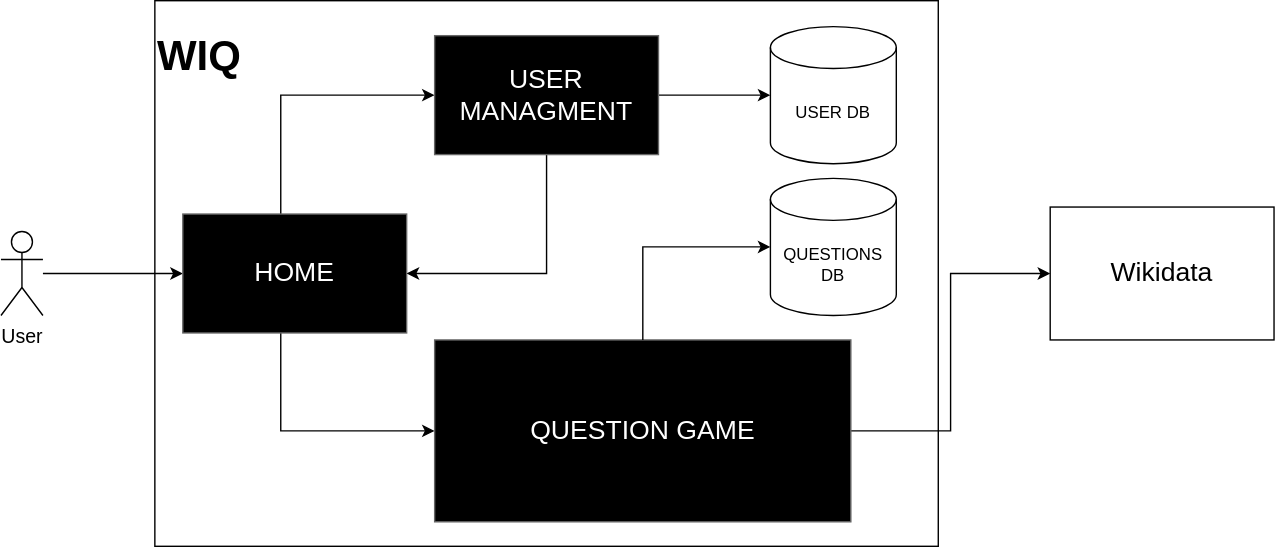
Above: docs/images/5-Level1.svg in Arquisoft/wiq_en1b (draw.io), before the change. Source tidied: cells renumbered, new cells last; positions are measured from the earlier drawing's top-left corner, leaving out a move shared by most shapes. Its diagram source:
```xml
<mxGraphModel>
  <root>
    <mxCell id="0" />
    <mxCell id="1" parent="0" />
    <mxCell id="2" value="&lt;b&gt;&lt;font style=&quot;font-size: 30px;&quot;&gt;WIQ&lt;/font&gt;&lt;/b&gt;&lt;br style=&quot;font-size: 26px;&quot;&gt;&lt;br style=&quot;font-size: 26px;&quot;&gt;&lt;br style=&quot;font-size: 26px;&quot;&gt;&lt;br style=&quot;font-size: 26px;&quot;&gt;&lt;br style=&quot;font-size: 26px;&quot;&gt;&lt;br style=&quot;font-size: 26px;&quot;&gt;&lt;br style=&quot;font-size: 26px;&quot;&gt;&lt;br style=&quot;font-size: 26px;&quot;&gt;&lt;br style=&quot;font-size: 26px;&quot;&gt;&lt;br&gt;&lt;br&gt;" style="rounded=0;whiteSpace=wrap;html=1;fontSize=26;align=left;" parent="1" vertex="1">
      <mxGeometry x="110" width="560" height="390" as="geometry" />
    </mxCell>
    <mxCell id="3" value="Wikidata" style="rounded=0;whiteSpace=wrap;html=1;fontSize=19;" parent="1" vertex="1">
      <mxGeometry x="750" y="147.5" width="160" height="95" as="geometry" />
    </mxCell>
    <mxCell id="4" style="edgeStyle=orthogonalEdgeStyle;rounded=0;jettySize=auto;html=1;entryX=0;entryY=0.5;entryDx=0;entryDy=0;" parent="1" edge="1" source="5" target="8">
      <mxGeometry relative="1" as="geometry" />
    </mxCell>
    <mxCell id="5" value="User&lt;br style=&quot;font-size: 14px;&quot;&gt;" style="shape=umlActor;verticalLabelPosition=bottom;verticalAlign=top;html=1;outlineConnect=0;fontSize=14;" parent="1" vertex="1">
      <mxGeometry y="165" width="30" height="60" as="geometry" />
    </mxCell>
    <mxCell id="6" style="edgeStyle=orthogonalEdgeStyle;rounded=0;jettySize=auto;html=1;entryX=0;entryY=0.5;entryDx=0;entryDy=0;" parent="1" edge="1" source="8" target="11">
      <mxGeometry relative="1" as="geometry">
        <Array as="points">
          <mxPoint x="200" y="68" />
        </Array>
      </mxGeometry>
    </mxCell>
    <mxCell id="7" style="edgeStyle=orthogonalEdgeStyle;rounded=0;jettySize=auto;html=1;entryX=0;entryY=0.5;entryDx=0;entryDy=0;" parent="1" edge="1" source="8" target="14">
      <mxGeometry relative="1" as="geometry">
        <Array as="points">
          <mxPoint x="200" y="308" />
        </Array>
      </mxGeometry>
    </mxCell>
    <mxCell id="8" value="HOME" style="rounded=0;whiteSpace=wrap;html=1;fillColor=#000000;gradientColor=none;strokeColor=#666666;fontColor=#ffffff;fontSize=19;" parent="1" vertex="1">
      <mxGeometry x="130" y="152.5" width="160" height="85" as="geometry" />
    </mxCell>
    <mxCell id="9" style="edgeStyle=orthogonalEdgeStyle;rounded=0;jettySize=auto;html=1;" parent="1" edge="1" source="11" target="12">
      <mxGeometry relative="1" as="geometry" />
    </mxCell>
    <mxCell id="10" style="edgeStyle=orthogonalEdgeStyle;rounded=0;jettySize=auto;html=1;entryX=1;entryY=0.5;entryDx=0;entryDy=0;" parent="1" edge="1" source="11" target="8">
      <mxGeometry relative="1" as="geometry">
        <Array as="points">
          <mxPoint x="390" y="195" />
        </Array>
      </mxGeometry>
    </mxCell>
    <mxCell id="11" value="USER MANAGMENT" style="rounded=0;whiteSpace=wrap;html=1;fillColor=#000000;gradientColor=none;strokeColor=#666666;fontColor=#ffffff;fontSize=19;" parent="1" vertex="1">
      <mxGeometry x="310" y="25" width="160" height="85" as="geometry" />
    </mxCell>
    <mxCell id="12" value="USER DB" style="shape=cylinder3;whiteSpace=wrap;html=1;boundedLbl=1;backgroundOutline=1;size=15;" parent="1" vertex="1">
      <mxGeometry x="550" y="18.5" width="90" height="98" as="geometry" />
    </mxCell>
    <mxCell id="13" style="edgeStyle=orthogonalEdgeStyle;rounded=0;jettySize=auto;html=1;" parent="1" edge="1" source="14" target="3">
      <mxGeometry relative="1" as="geometry" />
    </mxCell>
    <mxCell id="14" value="QUESTION GAME" style="rounded=0;whiteSpace=wrap;html=1;fillColor=#000000;gradientColor=none;strokeColor=#666666;fontColor=#ffffff;fontSize=19;" parent="1" vertex="1">
      <mxGeometry x="310" y="242.5" width="297.5" height="130" as="geometry" />
    </mxCell>
    <mxCell id="15" value="QUESTIONS DB" style="shape=cylinder3;whiteSpace=wrap;html=1;boundedLbl=1;backgroundOutline=1;size=15;" parent="1" vertex="1">
      <mxGeometry x="550" y="127" width="90" height="98" as="geometry" />
    </mxCell>
    <mxCell id="16" style="edgeStyle=orthogonalEdgeStyle;rounded=0;jettySize=auto;html=1;entryX=0;entryY=0.5;entryDx=0;entryDy=0;entryPerimeter=0;" parent="1" edge="1" source="14" target="15">
      <mxGeometry relative="1" as="geometry" />
    </mxCell>
  </root>
</mxGraphModel>
```
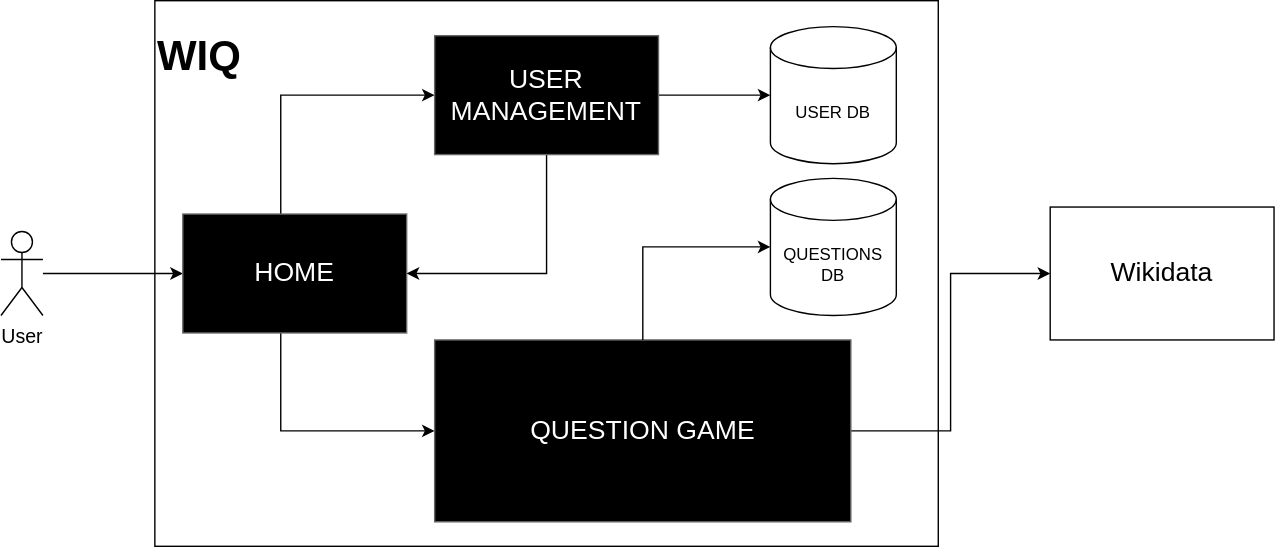
Later version of the same file.

Commit message:
Added Level 2 and corrected some typos

What changed in the source:
```diff
@@ -41,7 +41,7 @@
         </Array>
       </mxGeometry>
     </mxCell>
-    <mxCell id="11" value="USER MANAGMENT" style="rounded=0;whiteSpace=wrap;html=1;fillColor=#000000;gradientColor=none;strokeColor=#666666;fontColor=#ffffff;fontSize=19;" parent="1" vertex="1">
+    <mxCell id="11" value="USER MANAGEMENT" style="rounded=0;whiteSpace=wrap;html=1;fillColor=#000000;gradientColor=none;strokeColor=#666666;fontColor=#ffffff;fontSize=19;" parent="1" vertex="1">
       <mxGeometry x="310" y="25" width="160" height="85" as="geometry" />
     </mxCell>
     <mxCell id="12" value="USER DB" style="shape=cylinder3;whiteSpace=wrap;html=1;boundedLbl=1;backgroundOutline=1;size=15;" parent="1" vertex="1">
```
